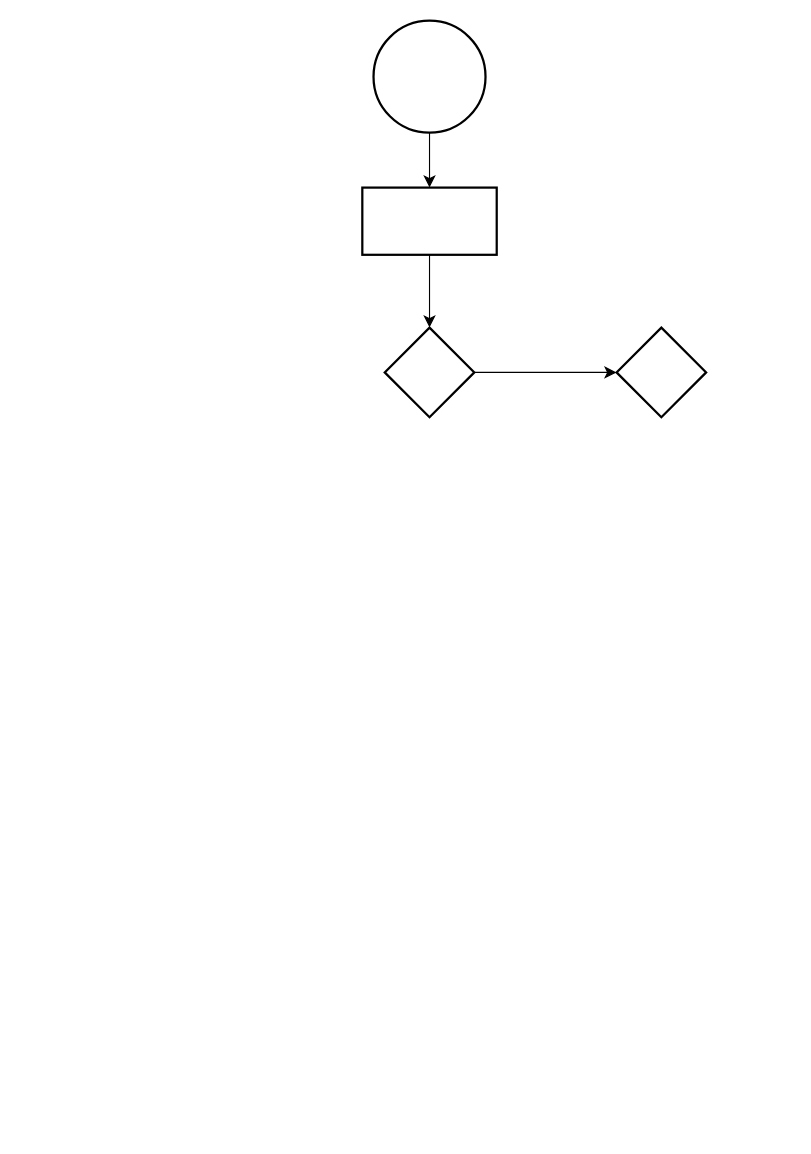
The draw.io diagram Calculator.drawio in JangHyeongJun-0523/IoT_Project, before the edit. Source tidied: cells renumbered, new cells numbered last; positions are measured from the earlier drawing's top-left corner, leaving out a move shared by most shapes. Both pictures are drawn from the tidied source at 112%, with x=0, y=0 at pixel (362, 20).
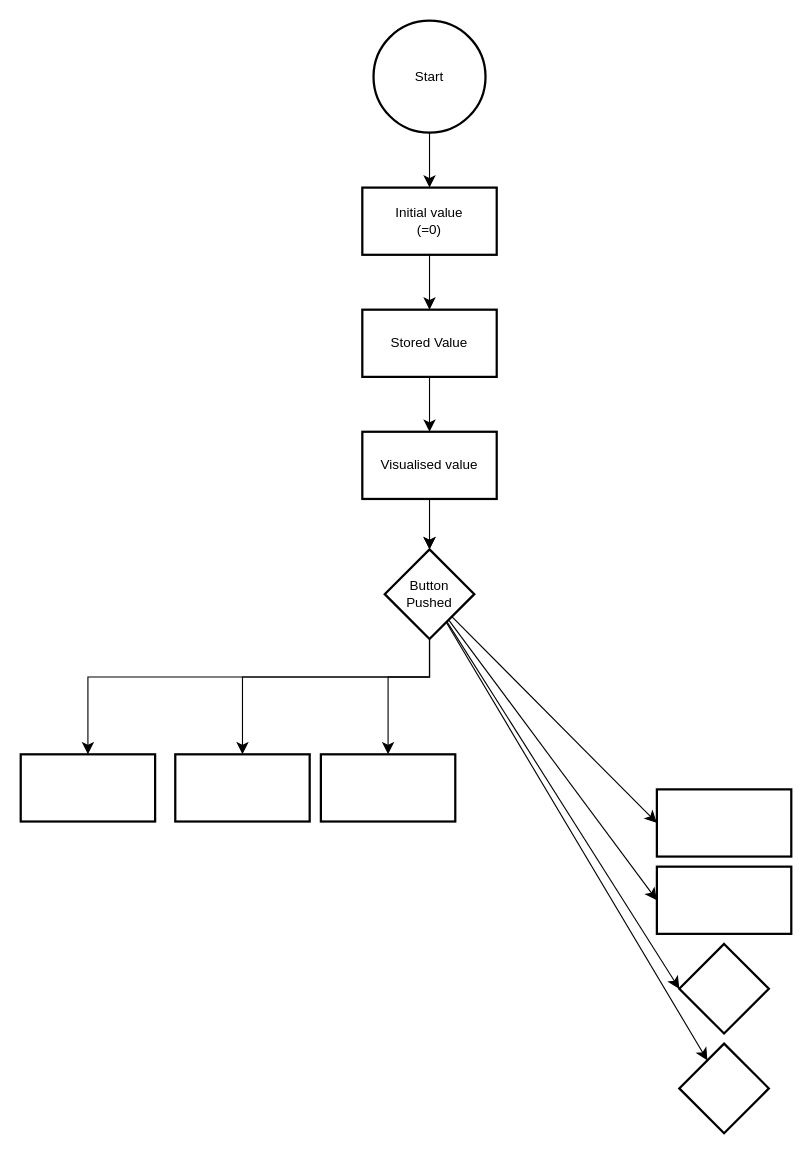
The same diagram, later.

Change to the diagram source:
```diff
@@
-    <mxCell id="3" style="strokeWidth=2;html=1;shape=mxgraph.flowchart.start_2;whiteSpace=wrap;" parent="1" vertex="1">
+    <mxCell id="3" value="Start" style="strokeWidth=2;html=1;shape=mxgraph.flowchart.start_2;whiteSpace=wrap;" parent="1" vertex="1">
       <mxGeometry x="10" width="100" height="100" as="geometry" />
     </mxCell>
-    <mxCell id="4" style="edgeStyle=none;curved=1;rounded=0;jettySize=auto;html=1;fontSize=12;startSize=8;endSize=8;" parent="1" edge="1" source="5" target="7">
-      <mxGeometry relative="1" as="geometry" />
+    <mxCell id="4" style="edgeStyle=none;curved=1;rounded=0;jettySize=auto;html=1;fontSize=12;startSize=8;endSize=8;" parent="1" edge="1" target="7">
+      <mxGeometry relative="1" as="geometry">
+        <mxPoint x="60" y="471" as="sourcePoint" />
+      </mxGeometry>
     </mxCell>
+    <mxCell id="9" style="edgeStyle=none;curved=1;rounded=0;jettySize=auto;html=1;fontSize=12;startSize=8;endSize=8;exitX=0.5;exitY=1;exitDx=0;exitDy=0;" parent="1" edge="1" source="27" target="26">
+      <mxGeometry relative="1" as="geometry" />
+    </mxCell>
+    <mxCell id="10" style="edgeStyle=none;curved=1;rounded=0;jettySize=auto;html=1;fontSize=12;startSize=8;endSize=8;" parent="1" edge="1" source="5" target="27">
+      <mxGeometry relative="1" as="geometry" />
+    </mxCell>
-    <mxCell id="5" style="whiteSpace=wrap;html=1;strokeWidth=2;" parent="1" vertex="1">
+    <mxCell id="5" value="Initial value&lt;div&gt;(=0)&lt;/div&gt;" style="whiteSpace=wrap;html=1;strokeWidth=2;" parent="1" vertex="1">
       <mxGeometry y="149" width="120" height="60" as="geometry" />
     </mxCell>
-    <mxCell id="6" style="edgeStyle=none;curved=1;rounded=0;jettySize=auto;html=1;fontSize=12;startSize=8;endSize=8;" parent="1" edge="1" source="7" target="8">
-      <mxGeometry relative="1" as="geometry" />
-    </mxCell>
+    <mxCell id="11" style="edgeStyle=none;curved=0;rounded=0;jettySize=auto;html=1;fontSize=12;startSize=8;endSize=8;entryX=0.5;entryY=0;entryDx=0;entryDy=0;" parent="1" edge="1" source="7" target="18">
+      <mxGeometry relative="1" as="geometry">
+        <Array as="points">
+          <mxPoint x="60" y="586" />
+          <mxPoint x="-107" y="586" />
+        </Array>
+      </mxGeometry>
+    </mxCell>
+    <mxCell id="12" style="edgeStyle=none;curved=0;rounded=0;jettySize=auto;html=1;fontSize=12;startSize=8;endSize=8;entryX=0.5;entryY=0;entryDx=0;entryDy=0;" parent="1" edge="1" source="7" target="19">
+      <mxGeometry relative="1" as="geometry">
+        <Array as="points">
+          <mxPoint x="60" y="586" />
+          <mxPoint x="23" y="586" />
+        </Array>
+      </mxGeometry>
+    </mxCell>
+    <mxCell id="13" style="edgeStyle=none;curved=0;rounded=0;jettySize=auto;html=1;fontSize=12;startSize=8;endSize=8;entryX=0;entryY=0.5;entryDx=0;entryDy=0;" parent="1" edge="1" source="7" target="20">
+      <mxGeometry relative="1" as="geometry" />
+    </mxCell>
+    <mxCell id="14" style="edgeStyle=none;curved=0;rounded=0;jettySize=auto;html=1;fontSize=12;startSize=8;endSize=8;entryX=0;entryY=0.5;entryDx=0;entryDy=0;" parent="1" edge="1" source="7" target="21">
+      <mxGeometry relative="1" as="geometry" />
+    </mxCell>
+    <mxCell id="15" style="edgeStyle=none;curved=0;rounded=0;jettySize=auto;html=1;fontSize=12;startSize=8;endSize=8;entryX=0;entryY=0.5;entryDx=0;entryDy=0;" parent="1" edge="1" source="7" target="22">
+      <mxGeometry relative="1" as="geometry" />
+    </mxCell>
+    <mxCell id="16" style="edgeStyle=none;curved=0;rounded=0;jettySize=auto;html=1;fontSize=12;startSize=8;endSize=8;" parent="1" edge="1" source="7" target="23">
+      <mxGeometry relative="1" as="geometry" />
+    </mxCell>
+    <mxCell id="17" style="edgeStyle=none;curved=0;rounded=0;jettySize=auto;html=1;fontSize=12;startSize=8;endSize=8;entryX=0.5;entryY=0;entryDx=0;entryDy=0;" parent="1" edge="1" source="7" target="24">
+      <mxGeometry relative="1" as="geometry">
+        <Array as="points">
+          <mxPoint x="60" y="586" />
+          <mxPoint x="-245" y="586" />
+        </Array>
+      </mxGeometry>
+    </mxCell>
-    <mxCell id="7" style="rhombus;whiteSpace=wrap;html=1;strokeWidth=2;" parent="1" vertex="1">
-      <mxGeometry x="20" y="274" width="80" height="80" as="geometry" />
+    <mxCell id="7" value="Button&lt;br&gt;Pushed" style="rhombus;whiteSpace=wrap;html=1;strokeWidth=2;" parent="1" vertex="1">
+      <mxGeometry x="20" y="472" width="80" height="80" as="geometry" />
     </mxCell>
-    <mxCell id="8" style="rhombus;whiteSpace=wrap;html=1;strokeWidth=2;" parent="1" vertex="1">
-      <mxGeometry x="227" y="274" width="80" height="80" as="geometry" />
-    </mxCell>
+    <mxCell id="18" style="whiteSpace=wrap;html=1;strokeWidth=2;" parent="1" vertex="1">
+      <mxGeometry x="-167" y="655" width="120" height="60" as="geometry" />
+    </mxCell>
+    <mxCell id="19" style="whiteSpace=wrap;html=1;strokeWidth=2;" parent="1" vertex="1">
+      <mxGeometry x="-37" y="655" width="120" height="60" as="geometry" />
+    </mxCell>
+    <mxCell id="20" style="whiteSpace=wrap;html=1;strokeWidth=2;" parent="1" vertex="1">
+      <mxGeometry x="263" y="686.3" width="120" height="60" as="geometry" />
+    </mxCell>
+    <mxCell id="21" style="whiteSpace=wrap;html=1;strokeWidth=2;" parent="1" vertex="1">
+      <mxGeometry x="263" y="755.3" width="120" height="60" as="geometry" />
+    </mxCell>
+    <mxCell id="22" style="rhombus;whiteSpace=wrap;html=1;strokeWidth=2;" parent="1" vertex="1">
+      <mxGeometry x="283" y="824.3" width="80" height="80" as="geometry" />
+    </mxCell>
+    <mxCell id="23" style="rhombus;whiteSpace=wrap;html=1;strokeWidth=2;" parent="1" vertex="1">
+      <mxGeometry x="283" y="913.3" width="80" height="80" as="geometry" />
+    </mxCell>
+    <mxCell id="24" style="whiteSpace=wrap;html=1;strokeWidth=2;" parent="1" vertex="1">
+      <mxGeometry x="-305" y="655" width="120" height="60" as="geometry" />
+    </mxCell>
+    <mxCell id="25" style="edgeStyle=none;curved=1;rounded=0;jettySize=auto;html=1;fontSize=12;startSize=8;endSize=8;exitX=0.5;exitY=1;exitDx=0;exitDy=0;" parent="1" edge="1" source="26" target="7">
+      <mxGeometry relative="1" as="geometry" />
+    </mxCell>
+    <mxCell id="26" value="Visualised value" style="whiteSpace=wrap;html=1;strokeWidth=2;" parent="1" vertex="1">
+      <mxGeometry y="367" width="120" height="60" as="geometry" />
+    </mxCell>
+    <mxCell id="27" value="Stored Value" style="whiteSpace=wrap;html=1;strokeWidth=2;" parent="1" vertex="1">
+      <mxGeometry y="258" width="120" height="60" as="geometry" />
+    </mxCell>
```
